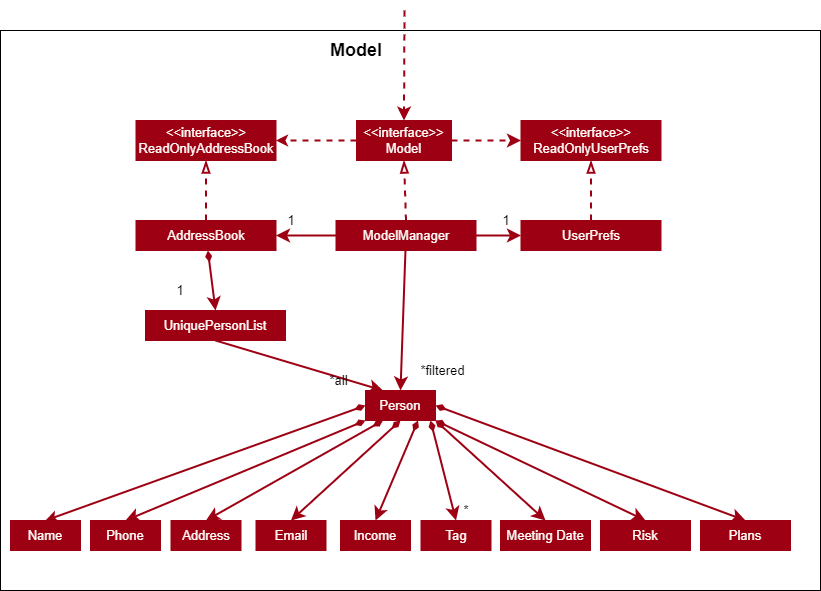
This is docs/images/UpdatedModelClassDiagramWithPortfolio.png from nus-cs2103-AY2223S1/tp, a draw.io export, as it was before one commit. Source tidied: cells renumbered, new cells last; positions are measured from the earlier drawing's top-left corner, leaving out a move shared by most shapes. The source it was exported from:
```xml
<mxGraphModel>
  <root>
    <mxCell id="0" />
    <mxCell id="1" parent="0" />
    <mxCell id="2" style="rounded=0;whiteSpace=wrap;html=1;strokeColor=#000000;fontFamily=Helvetica;fontSize=18;fontColor=#000000;fillColor=none;" parent="1" vertex="1">
      <mxGeometry y="20" width="820" height="560" as="geometry" />
    </mxCell>
    <mxCell id="3" style="rounded=0;jettySize=auto;html=1;exitX=0;exitY=0.5;exitDx=0;exitDy=0;entryX=0.5;entryY=0;entryDx=0;entryDy=0;strokeColor=#9D0012;strokeWidth=2;fontFamily=Helvetica;fontSize=13;fontColor=#FFFCF7;startArrow=diamondThin;startFill=1;sourcePerimeterSpacing=0;" parent="1" edge="1" source="9" target="10">
      <mxGeometry relative="1" as="geometry" />
    </mxCell>
    <mxCell id="4" style="edgeStyle=none;rounded=0;jettySize=auto;html=1;exitX=0;exitY=1;exitDx=0;exitDy=0;entryX=0.5;entryY=0;entryDx=0;entryDy=0;strokeColor=#9D0012;strokeWidth=2;fontFamily=Helvetica;fontSize=13;fontColor=#FFFCF7;startArrow=diamondThin;startFill=1;endSize=8;sourcePerimeterSpacing=0;targetPerimeterSpacing=13;" parent="1" edge="1" source="9" target="11">
      <mxGeometry relative="1" as="geometry" />
    </mxCell>
    <mxCell id="5" style="edgeStyle=none;rounded=0;jettySize=auto;html=1;exitX=0.25;exitY=1;exitDx=0;exitDy=0;entryX=0.5;entryY=0;entryDx=0;entryDy=0;strokeColor=#9D0012;strokeWidth=2;fontFamily=Helvetica;fontSize=13;fontColor=#FFFCF7;startArrow=diamondThin;startFill=1;endSize=8;sourcePerimeterSpacing=0;targetPerimeterSpacing=13;" parent="1" edge="1" source="9" target="12">
      <mxGeometry relative="1" as="geometry" />
    </mxCell>
    <mxCell id="6" style="edgeStyle=none;rounded=0;jettySize=auto;html=1;exitX=0.5;exitY=1;exitDx=0;exitDy=0;entryX=0.5;entryY=0;entryDx=0;entryDy=0;strokeColor=#9D0012;strokeWidth=2;fontFamily=Helvetica;fontSize=13;fontColor=#FFFCF7;startArrow=diamondThin;startFill=1;endSize=8;sourcePerimeterSpacing=0;targetPerimeterSpacing=13;" parent="1" edge="1" source="9" target="13">
      <mxGeometry relative="1" as="geometry" />
    </mxCell>
    <mxCell id="7" style="edgeStyle=none;rounded=0;jettySize=auto;html=1;exitX=0.75;exitY=1;exitDx=0;exitDy=0;entryX=0.5;entryY=0;entryDx=0;entryDy=0;strokeColor=#9D0012;strokeWidth=2;fontFamily=Helvetica;fontSize=13;fontColor=#FFFCF7;startArrow=diamondThin;startFill=1;endSize=8;sourcePerimeterSpacing=0;targetPerimeterSpacing=13;" parent="1" edge="1" source="9" target="14">
      <mxGeometry relative="1" as="geometry" />
    </mxCell>
    <mxCell id="8" style="edgeStyle=none;rounded=0;jettySize=auto;html=1;exitX=0.929;exitY=1;exitDx=0;exitDy=0;entryX=0.5;entryY=0;entryDx=0;entryDy=0;strokeColor=#9D0012;strokeWidth=2;fontFamily=Helvetica;fontSize=13;fontColor=#FFFCF7;startArrow=diamondThin;startFill=1;endSize=8;sourcePerimeterSpacing=0;targetPerimeterSpacing=13;endArrow=classic;endFill=1;exitPerimeter=0;" parent="1" edge="1" source="9" target="15">
      <mxGeometry relative="1" as="geometry" />
    </mxCell>
    <mxCell id="9" value="&lt;font style=&quot;font-size: 13px;&quot;&gt;Person&lt;/font&gt;" style="rounded=0;whiteSpace=wrap;html=1;fillColor=#9D0012;fontColor=#FFFCF7;strokeColor=#9D0012;" parent="1" vertex="1">
      <mxGeometry x="365" y="380" width="70" height="30" as="geometry" />
    </mxCell>
    <mxCell id="10" value="&lt;font style=&quot;font-size: 13px;&quot;&gt;Name&lt;/font&gt;" style="rounded=0;whiteSpace=wrap;html=1;fillColor=#9D0012;fontColor=#FFFCF7;strokeColor=#9D0012;" parent="1" vertex="1">
      <mxGeometry x="10" y="510" width="70" height="30" as="geometry" />
    </mxCell>
    <mxCell id="11" value="&lt;font style=&quot;font-size: 13px;&quot;&gt;Phone&lt;/font&gt;" style="rounded=0;whiteSpace=wrap;html=1;fillColor=#9D0012;fontColor=#FFFCF7;strokeColor=#9D0012;" parent="1" vertex="1">
      <mxGeometry x="90" y="510" width="70" height="30" as="geometry" />
    </mxCell>
    <mxCell id="12" value="&lt;font style=&quot;font-size: 13px;&quot;&gt;Address&lt;/font&gt;" style="rounded=0;whiteSpace=wrap;html=1;fillColor=#9D0012;fontColor=#FFFCF7;strokeColor=#9D0012;" parent="1" vertex="1">
      <mxGeometry x="170.5" y="510" width="70" height="30" as="geometry" />
    </mxCell>
    <mxCell id="13" value="&lt;font style=&quot;font-size: 13px;&quot;&gt;Email&lt;/font&gt;" style="rounded=0;whiteSpace=wrap;html=1;fillColor=#9D0012;fontColor=#FFFCF7;strokeColor=#9D0012;" parent="1" vertex="1">
      <mxGeometry x="255.5" y="510" width="70" height="30" as="geometry" />
    </mxCell>
    <mxCell id="14" value="&lt;font style=&quot;font-size: 13px;&quot;&gt;Income&lt;/font&gt;" style="rounded=0;whiteSpace=wrap;html=1;fillColor=#9D0012;fontColor=#FFFCF7;strokeColor=#9D0012;" parent="1" vertex="1">
      <mxGeometry x="340" y="510" width="70" height="30" as="geometry" />
    </mxCell>
    <mxCell id="15" value="&lt;font style=&quot;font-size: 13px;&quot;&gt;Tag&lt;/font&gt;" style="rounded=0;whiteSpace=wrap;html=1;fillColor=#9D0012;fontColor=#FFFCF7;strokeColor=#9D0012;" parent="1" vertex="1">
      <mxGeometry x="420.5" y="510" width="70" height="30" as="geometry" />
    </mxCell>
    <mxCell id="16" style="edgeStyle=none;rounded=0;jettySize=auto;html=1;exitX=0.5;exitY=1;exitDx=0;exitDy=0;entryX=0.25;entryY=0;entryDx=0;entryDy=0;strokeColor=#9D0012;strokeWidth=2;fontFamily=Helvetica;fontSize=13;fontColor=#FFFCF7;startArrow=none;startFill=0;endSize=8;sourcePerimeterSpacing=0;targetPerimeterSpacing=13;" parent="1" edge="1" source="17" target="9">
      <mxGeometry relative="1" as="geometry" />
    </mxCell>
    <mxCell id="17" value="&lt;font style=&quot;font-size: 13px;&quot;&gt;UniquePersonList&lt;/font&gt;" style="rounded=0;whiteSpace=wrap;html=1;fillColor=#9D0012;fontColor=#FFFCF7;strokeColor=#9D0012;" parent="1" vertex="1">
      <mxGeometry x="145" y="300" width="140" height="30" as="geometry" />
    </mxCell>
    <mxCell id="18" style="edgeStyle=none;rounded=0;jettySize=auto;html=1;exitX=0.5;exitY=0;exitDx=0;exitDy=0;entryX=0.5;entryY=1;entryDx=0;entryDy=0;strokeColor=#9D0012;strokeWidth=2;fontFamily=Helvetica;fontSize=13;fontColor=#FFFCF7;startArrow=none;startFill=0;endSize=8;sourcePerimeterSpacing=0;targetPerimeterSpacing=13;endArrow=blockThin;endFill=0;dashed=1;" parent="1" edge="1" source="20" target="32">
      <mxGeometry relative="1" as="geometry" />
    </mxCell>
    <mxCell id="19" style="edgeStyle=none;rounded=0;jettySize=auto;html=1;entryX=0.5;entryY=0;entryDx=0;entryDy=0;strokeColor=#9D0012;strokeWidth=2;fontFamily=Helvetica;fontSize=18;fontColor=#000000;startArrow=diamondThin;startFill=1;endArrow=classic;endFill=1;endSize=8;sourcePerimeterSpacing=0;targetPerimeterSpacing=13;" parent="1" edge="1" source="20" target="17">
      <mxGeometry relative="1" as="geometry" />
    </mxCell>
    <mxCell id="20" value="&lt;font style=&quot;font-size: 13px;&quot;&gt;AddressBook&lt;/font&gt;" style="rounded=0;whiteSpace=wrap;html=1;fillColor=#9D0012;fontColor=#FFFCF7;strokeColor=#9D0012;" parent="1" vertex="1">
      <mxGeometry x="135.5" y="210" width="140" height="30" as="geometry" />
    </mxCell>
    <mxCell id="21" style="edgeStyle=none;rounded=0;jettySize=auto;html=1;entryX=0.5;entryY=0;entryDx=0;entryDy=0;strokeColor=#9D0012;strokeWidth=2;fontFamily=Helvetica;fontSize=13;fontColor=#FFFCF7;startArrow=none;startFill=0;endSize=8;sourcePerimeterSpacing=0;targetPerimeterSpacing=13;" parent="1" edge="1" source="25" target="9">
      <mxGeometry relative="1" as="geometry" />
    </mxCell>
    <mxCell id="22" style="edgeStyle=none;rounded=0;jettySize=auto;html=1;exitX=1;exitY=0.5;exitDx=0;exitDy=0;entryX=0;entryY=0.5;entryDx=0;entryDy=0;strokeColor=#9D0012;strokeWidth=2;fontFamily=Helvetica;fontSize=13;fontColor=#FFFCF7;startArrow=none;startFill=0;endSize=8;sourcePerimeterSpacing=0;targetPerimeterSpacing=13;" parent="1" edge="1" source="25" target="27">
      <mxGeometry relative="1" as="geometry" />
    </mxCell>
    <mxCell id="23" style="edgeStyle=none;rounded=0;jettySize=auto;html=1;exitX=0;exitY=0.5;exitDx=0;exitDy=0;entryX=1;entryY=0.5;entryDx=0;entryDy=0;strokeColor=#9D0012;strokeWidth=2;fontFamily=Helvetica;fontSize=13;fontColor=#FFFCF7;startArrow=none;startFill=0;endSize=8;sourcePerimeterSpacing=0;targetPerimeterSpacing=13;" parent="1" edge="1" source="25" target="20">
      <mxGeometry relative="1" as="geometry" />
    </mxCell>
    <mxCell id="24" style="edgeStyle=none;rounded=0;jettySize=auto;html=1;exitX=0.5;exitY=0;exitDx=0;exitDy=0;entryX=0.5;entryY=1;entryDx=0;entryDy=0;dashed=1;strokeColor=#9D0012;strokeWidth=2;fontFamily=Helvetica;fontSize=13;fontColor=#FFFCF7;startArrow=none;startFill=0;endArrow=blockThin;endFill=0;endSize=8;sourcePerimeterSpacing=0;targetPerimeterSpacing=13;" parent="1" edge="1" source="25" target="31">
      <mxGeometry relative="1" as="geometry" />
    </mxCell>
    <mxCell id="25" value="&lt;font style=&quot;font-size: 13px;&quot;&gt;ModelManager&lt;/font&gt;" style="rounded=0;whiteSpace=wrap;html=1;fillColor=#9D0012;fontColor=#FFFCF7;strokeColor=#9D0012;" parent="1" vertex="1">
      <mxGeometry x="335.5" y="210" width="140" height="30" as="geometry" />
    </mxCell>
    <mxCell id="26" style="edgeStyle=none;rounded=0;jettySize=auto;html=1;exitX=0.5;exitY=0;exitDx=0;exitDy=0;entryX=0.5;entryY=1;entryDx=0;entryDy=0;dashed=1;strokeColor=#9D0012;strokeWidth=2;fontFamily=Helvetica;fontSize=13;fontColor=#FFFCF7;startArrow=none;startFill=0;endArrow=blockThin;endFill=0;endSize=8;sourcePerimeterSpacing=0;targetPerimeterSpacing=13;" parent="1" edge="1" source="27" target="28">
      <mxGeometry relative="1" as="geometry" />
    </mxCell>
    <mxCell id="27" value="&lt;font style=&quot;font-size: 13px;&quot;&gt;UserPrefs&lt;/font&gt;" style="rounded=0;whiteSpace=wrap;html=1;fillColor=#9D0012;fontColor=#FFFCF7;strokeColor=#9D0012;" parent="1" vertex="1">
      <mxGeometry x="520.5" y="210" width="140" height="30" as="geometry" />
    </mxCell>
    <mxCell id="28" value="&lt;font style=&quot;font-size: 13px;&quot;&gt;&amp;lt;&amp;lt;interface&amp;gt;&amp;gt;&lt;br&gt;ReadOnlyUserPrefs&lt;br&gt;&lt;/font&gt;" style="rounded=0;whiteSpace=wrap;html=1;fillColor=#9D0012;fontColor=#FFFCF7;strokeColor=#9D0012;" parent="1" vertex="1">
      <mxGeometry x="520.5" y="110" width="140" height="40" as="geometry" />
    </mxCell>
    <mxCell id="29" style="edgeStyle=orthogonalEdgeStyle;rounded=0;jettySize=auto;html=1;exitX=0;exitY=0.5;exitDx=0;exitDy=0;entryX=1;entryY=0.5;entryDx=0;entryDy=0;strokeColor=#9D0012;strokeWidth=2;fontFamily=Helvetica;fontSize=13;fontColor=#FFFCF7;dashed=1;endArrow=classic;endFill=1;" parent="1" edge="1" source="31" target="32">
      <mxGeometry relative="1" as="geometry" />
    </mxCell>
    <mxCell id="30" style="edgeStyle=none;rounded=0;jettySize=auto;html=1;exitX=1;exitY=0.5;exitDx=0;exitDy=0;entryX=0;entryY=0.5;entryDx=0;entryDy=0;dashed=1;strokeColor=#9D0012;strokeWidth=2;fontFamily=Helvetica;fontSize=13;fontColor=#FFFCF7;startArrow=none;startFill=0;endArrow=classic;endFill=1;endSize=8;sourcePerimeterSpacing=0;targetPerimeterSpacing=13;" parent="1" edge="1" source="31" target="28">
      <mxGeometry relative="1" as="geometry" />
    </mxCell>
    <mxCell id="31" value="&lt;font style=&quot;font-size: 13px;&quot;&gt;&amp;lt;&amp;lt;interface&amp;gt;&amp;gt;&lt;br&gt;Model&lt;br&gt;&lt;/font&gt;" style="rounded=0;whiteSpace=wrap;html=1;fillColor=#9D0012;fontColor=#FFFCF7;strokeColor=#9D0012;" parent="1" vertex="1">
      <mxGeometry x="356" y="110" width="95" height="40" as="geometry" />
    </mxCell>
    <mxCell id="32" value="&lt;font style=&quot;font-size: 13px;&quot;&gt;&amp;lt;&amp;lt;interface&amp;gt;&amp;gt;&lt;br&gt;ReadOnlyAddressBook&lt;br&gt;&lt;/font&gt;" style="rounded=0;whiteSpace=wrap;html=1;fillColor=#9D0012;fontColor=#FFFCF7;strokeColor=#9D0012;" parent="1" vertex="1">
      <mxGeometry x="135.5" y="110" width="140" height="40" as="geometry" />
    </mxCell>
    <mxCell id="33" style="endArrow=classic;html=1;rounded=0;dashed=1;strokeColor=#9D0012;strokeWidth=2;fontFamily=Helvetica;fontSize=13;fontColor=#FFFCF7;endSize=8;sourcePerimeterSpacing=0;targetPerimeterSpacing=13;entryX=0.5;entryY=0;entryDx=0;entryDy=0;" parent="1" edge="1" target="31">
      <mxGeometry relative="1" as="geometry">
        <mxPoint x="404" as="sourcePoint" />
      </mxGeometry>
    </mxCell>
    <mxCell id="34" value="&lt;font color=&quot;#000000&quot;&gt;1&lt;/font&gt;" style="text;html=1;strokeColor=none;fillColor=none;align=center;verticalAlign=middle;whiteSpace=wrap;rounded=0;fontFamily=Helvetica;fontSize=13;fontColor=#FFFCF7;" parent="1" vertex="1">
      <mxGeometry x="165" y="270" width="30" height="20" as="geometry" />
    </mxCell>
    <mxCell id="35" value="&lt;font color=&quot;#000000&quot;&gt;1&lt;/font&gt;" style="text;html=1;strokeColor=none;fillColor=none;align=center;verticalAlign=middle;whiteSpace=wrap;rounded=0;fontFamily=Helvetica;fontSize=13;fontColor=#FFFCF7;" parent="1" vertex="1">
      <mxGeometry x="275.5" y="200" width="30" height="20" as="geometry" />
    </mxCell>
    <mxCell id="36" value="&lt;font color=&quot;#000000&quot;&gt;1&lt;/font&gt;" style="text;html=1;strokeColor=none;fillColor=none;align=center;verticalAlign=middle;whiteSpace=wrap;rounded=0;fontFamily=Helvetica;fontSize=13;fontColor=#FFFCF7;" parent="1" vertex="1">
      <mxGeometry x="490.5" y="200" width="30" height="20" as="geometry" />
    </mxCell>
    <mxCell id="37" value="&lt;font color=&quot;#000000&quot;&gt;*&lt;/font&gt;" style="text;html=1;strokeColor=none;fillColor=none;align=center;verticalAlign=middle;whiteSpace=wrap;rounded=0;fontFamily=Helvetica;fontSize=13;fontColor=#FFFCF7;" parent="1" vertex="1">
      <mxGeometry x="451" y="490" width="30" height="20" as="geometry" />
    </mxCell>
    <mxCell id="38" value="&lt;font color=&quot;#000000&quot;&gt;*filtered&lt;/font&gt;" style="text;html=1;strokeColor=none;fillColor=none;align=center;verticalAlign=middle;whiteSpace=wrap;rounded=0;fontFamily=Helvetica;fontSize=13;fontColor=#FFFCF7;" parent="1" vertex="1">
      <mxGeometry x="410" y="350" width="65" height="20" as="geometry" />
    </mxCell>
    <mxCell id="39" value="&lt;font color=&quot;#000000&quot;&gt;*all&lt;/font&gt;" style="text;html=1;strokeColor=none;fillColor=none;align=center;verticalAlign=middle;whiteSpace=wrap;rounded=0;fontFamily=Helvetica;fontSize=13;fontColor=#FFFCF7;" parent="1" vertex="1">
      <mxGeometry x="322" y="360" width="33" height="20" as="geometry" />
    </mxCell>
    <mxCell id="40" value="&lt;font size=&quot;1&quot; color=&quot;#000000&quot;&gt;&lt;b style=&quot;font-size: 18px;&quot;&gt;Model&lt;/b&gt;&lt;/font&gt;" style="text;html=1;strokeColor=none;fillColor=none;align=center;verticalAlign=middle;whiteSpace=wrap;rounded=0;fontFamily=Helvetica;fontSize=13;fontColor=#FFFCF7;" parent="1" vertex="1">
      <mxGeometry x="322" y="30" width="68" height="20" as="geometry" />
    </mxCell>
    <mxCell id="41" value="&lt;font style=&quot;font-size: 13px;&quot;&gt;Meeting Date&lt;/font&gt;" style="rounded=0;whiteSpace=wrap;html=1;fillColor=#9D0012;fontColor=#FFFCF7;strokeColor=#9D0012;" parent="1" vertex="1">
      <mxGeometry x="500" y="510" width="90" height="30" as="geometry" />
    </mxCell>
    <mxCell id="42" style="edgeStyle=none;rounded=0;jettySize=auto;html=1;exitX=1;exitY=1;exitDx=0;exitDy=0;entryX=0.5;entryY=0;entryDx=0;entryDy=0;strokeColor=#9D0012;strokeWidth=2;fontFamily=Helvetica;fontSize=13;fontColor=#FFFCF7;startArrow=diamondThin;startFill=1;endSize=8;sourcePerimeterSpacing=0;targetPerimeterSpacing=13;endArrow=classic;endFill=1;" parent="1" edge="1" source="9" target="41">
      <mxGeometry relative="1" as="geometry" />
    </mxCell>
    <mxCell id="43" style="edgeStyle=none;rounded=0;jettySize=auto;html=1;strokeColor=#9D0012;strokeWidth=2;fontFamily=Helvetica;fontSize=13;fontColor=#FFFCF7;startArrow=diamondThin;startFill=1;endSize=8;sourcePerimeterSpacing=0;targetPerimeterSpacing=13;endArrow=classic;endFill=1;entryX=0.5;entryY=0;entryDx=0;entryDy=0;exitX=1;exitY=1;exitDx=0;exitDy=0;" parent="1" edge="1" source="9" target="44">
      <mxGeometry relative="1" as="geometry" />
    </mxCell>
    <mxCell id="44" value="&lt;font style=&quot;font-size: 13px;&quot;&gt;Risk&lt;/font&gt;" style="rounded=0;whiteSpace=wrap;html=1;fillColor=#9D0012;fontColor=#FFFCF7;strokeColor=#9D0012;" parent="1" vertex="1">
      <mxGeometry x="600" y="510" width="90" height="30" as="geometry" />
    </mxCell>
    <mxCell id="45" value="&lt;font style=&quot;font-size: 13px;&quot;&gt;Plans&lt;/font&gt;" style="rounded=0;whiteSpace=wrap;html=1;fillColor=#9D0012;fontColor=#FFFCF7;strokeColor=#9D0012;" parent="1" vertex="1">
      <mxGeometry x="700" y="510" width="90" height="30" as="geometry" />
    </mxCell>
    <mxCell id="46" style="edgeStyle=none;rounded=0;jettySize=auto;html=1;exitX=1;exitY=0.5;exitDx=0;exitDy=0;strokeColor=#9D0012;strokeWidth=2;fontFamily=Helvetica;fontSize=13;fontColor=#FFFCF7;startArrow=diamondThin;startFill=1;endSize=8;sourcePerimeterSpacing=0;targetPerimeterSpacing=13;endArrow=classic;endFill=1;entryX=0.5;entryY=0;entryDx=0;entryDy=0;" parent="1" edge="1" source="9" target="45">
      <mxGeometry relative="1" as="geometry" />
    </mxCell>
  </root>
</mxGraphModel>
```
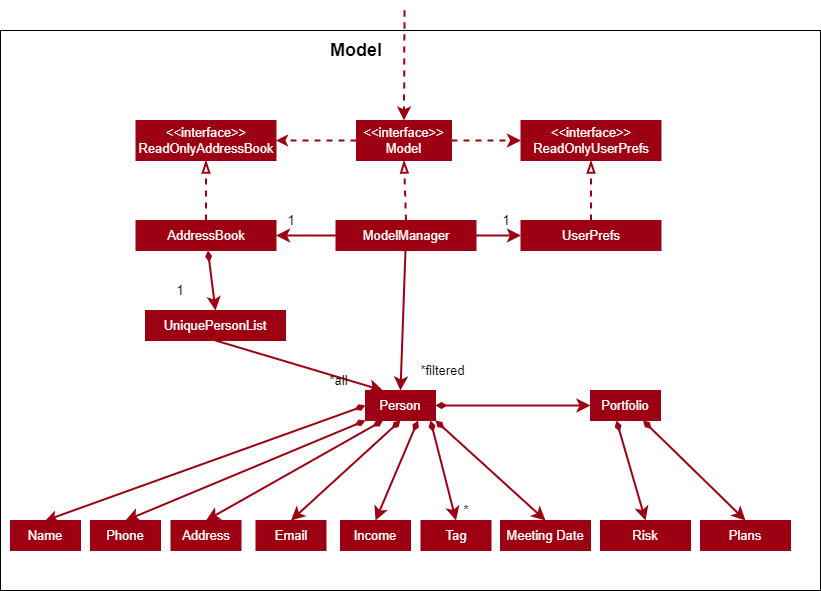
The same diagram one commit later.

Commit message:
Update UI in README and UG Update Model class diagram in DG

The edit, as a diff of the source:
```diff
@@ -127,7 +127,7 @@
     <mxCell id="42" style="edgeStyle=none;rounded=0;jettySize=auto;html=1;exitX=1;exitY=1;exitDx=0;exitDy=0;entryX=0.5;entryY=0;entryDx=0;entryDy=0;strokeColor=#9D0012;strokeWidth=2;fontFamily=Helvetica;fontSize=13;fontColor=#FFFCF7;startArrow=diamondThin;startFill=1;endSize=8;sourcePerimeterSpacing=0;targetPerimeterSpacing=13;endArrow=classic;endFill=1;" parent="1" edge="1" source="9" target="41">
       <mxGeometry relative="1" as="geometry" />
     </mxCell>
-    <mxCell id="43" style="edgeStyle=none;rounded=0;jettySize=auto;html=1;strokeColor=#9D0012;strokeWidth=2;fontFamily=Helvetica;fontSize=13;fontColor=#FFFCF7;startArrow=diamondThin;startFill=1;endSize=8;sourcePerimeterSpacing=0;targetPerimeterSpacing=13;endArrow=classic;endFill=1;entryX=0.5;entryY=0;entryDx=0;entryDy=0;exitX=1;exitY=1;exitDx=0;exitDy=0;" parent="1" edge="1" source="9" target="44">
+    <mxCell id="43" style="edgeStyle=none;rounded=0;jettySize=auto;html=1;strokeColor=#9D0012;strokeWidth=2;fontFamily=Helvetica;fontSize=13;fontColor=#FFFCF7;startArrow=diamondThin;startFill=1;endSize=8;sourcePerimeterSpacing=0;targetPerimeterSpacing=13;endArrow=classic;endFill=1;entryX=0.5;entryY=0;entryDx=0;entryDy=0;exitX=0.371;exitY=1;exitDx=0;exitDy=0;exitPerimeter=0;" parent="1" edge="1" source="47" target="44">
       <mxGeometry relative="1" as="geometry" />
     </mxCell>
     <mxCell id="44" value="&lt;font style=&quot;font-size: 13px;&quot;&gt;Risk&lt;/font&gt;" style="rounded=0;whiteSpace=wrap;html=1;fillColor=#9D0012;fontColor=#FFFCF7;strokeColor=#9D0012;" parent="1" vertex="1">
@@ -136,8 +136,14 @@
     <mxCell id="45" value="&lt;font style=&quot;font-size: 13px;&quot;&gt;Plans&lt;/font&gt;" style="rounded=0;whiteSpace=wrap;html=1;fillColor=#9D0012;fontColor=#FFFCF7;strokeColor=#9D0012;" parent="1" vertex="1">
       <mxGeometry x="700" y="510" width="90" height="30" as="geometry" />
     </mxCell>
-    <mxCell id="46" style="edgeStyle=none;rounded=0;jettySize=auto;html=1;exitX=1;exitY=0.5;exitDx=0;exitDy=0;strokeColor=#9D0012;strokeWidth=2;fontFamily=Helvetica;fontSize=13;fontColor=#FFFCF7;startArrow=diamondThin;startFill=1;endSize=8;sourcePerimeterSpacing=0;targetPerimeterSpacing=13;endArrow=classic;endFill=1;entryX=0.5;entryY=0;entryDx=0;entryDy=0;" parent="1" edge="1" source="9" target="45">
+    <mxCell id="46" style="edgeStyle=none;rounded=0;jettySize=auto;html=1;exitX=0.75;exitY=1;exitDx=0;exitDy=0;strokeColor=#9D0012;strokeWidth=2;fontFamily=Helvetica;fontSize=13;fontColor=#FFFCF7;startArrow=diamondThin;startFill=1;endSize=8;sourcePerimeterSpacing=0;targetPerimeterSpacing=13;endArrow=classic;endFill=1;entryX=0.5;entryY=0;entryDx=0;entryDy=0;" parent="1" edge="1" source="47" target="45">
       <mxGeometry relative="1" as="geometry" />
     </mxCell>
+    <mxCell id="47" value="&lt;font style=&quot;font-size: 13px;&quot;&gt;Portfolio&lt;/font&gt;" style="rounded=0;whiteSpace=wrap;html=1;fillColor=#9D0012;fontColor=#FFFCF7;strokeColor=#9D0012;" parent="1" vertex="1">
+      <mxGeometry x="590" y="380" width="70" height="30" as="geometry" />
+    </mxCell>
+    <mxCell id="48" style="edgeStyle=none;rounded=0;jettySize=auto;html=1;strokeColor=#9D0012;strokeWidth=2;fontFamily=Helvetica;fontSize=13;fontColor=#FFFCF7;startArrow=diamondThin;startFill=1;endSize=8;sourcePerimeterSpacing=0;targetPerimeterSpacing=13;endArrow=classic;endFill=1;entryX=0;entryY=0.5;entryDx=0;entryDy=0;exitX=1;exitY=0.5;exitDx=0;exitDy=0;" parent="1" edge="1" source="9" target="47">
+      <mxGeometry relative="1" as="geometry" />
+    </mxCell>
   </root>
 </mxGraphModel>
```
